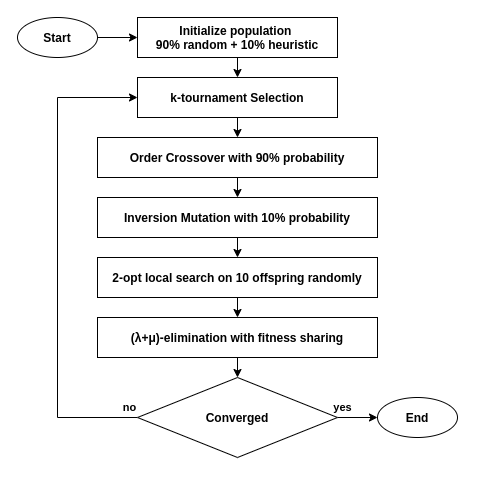
Earlier version of the draw.io export reports/images/genetic_algorthm_main_loop.png (gkouros/gaev-mai-kuleuven). Source tidied: cells renumbered, new cells last; positions are measured from the earlier drawing's top-left corner, leaving out a move shared by most shapes.
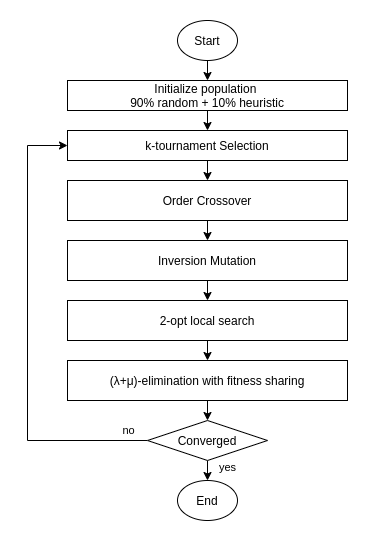
After the change.

Change to the diagram source:
```diff
@@ -2,64 +2,64 @@
   <root>
     <mxCell id="0" />
     <mxCell id="1" parent="0" />
-    <mxCell id="2" style="edgeStyle=orthogonalEdgeStyle;rounded=0;jettySize=auto;html=1;exitX=0.5;exitY=1;exitDx=0;exitDy=0;entryX=0.5;entryY=0;entryDx=0;entryDy=0;" parent="1" edge="1" source="3" target="5">
+    <mxCell id="2" style="edgeStyle=orthogonalEdgeStyle;rounded=0;jettySize=auto;html=1;exitX=0.5;exitY=1;exitDx=0;exitDy=0;entryX=0.5;entryY=0;entryDx=0;entryDy=0;fontStyle=0;" parent="1" edge="1" source="3" target="5">
       <mxGeometry relative="1" as="geometry" />
     </mxCell>
-    <mxCell id="3" value="Initialize population &lt;br&gt;90% random + 10% heuristic" style="rounded=0;whiteSpace=wrap;html=1;fontStyle=1;" parent="1" vertex="1">
-      <mxGeometry x="120" width="200" height="40" as="geometry" />
+    <mxCell id="3" value="Initialize population &lt;br style=&quot;font-size: 12px;&quot;&gt;90% random + 10% heuristic" style="rounded=0;whiteSpace=wrap;html=1;fontStyle=0;fontFamily=Helvetica;fontSize=12;labelBackgroundColor=none;" parent="1" vertex="1">
+      <mxGeometry x="80" width="280" height="30" as="geometry" />
     </mxCell>
-    <mxCell id="4" style="edgeStyle=orthogonalEdgeStyle;rounded=0;jettySize=auto;html=1;exitX=0.5;exitY=1;exitDx=0;exitDy=0;entryX=0.5;entryY=0;entryDx=0;entryDy=0;" parent="1" edge="1" source="5" target="7">
+    <mxCell id="4" style="edgeStyle=orthogonalEdgeStyle;rounded=0;jettySize=auto;html=1;exitX=0.5;exitY=1;exitDx=0;exitDy=0;entryX=0.5;entryY=0;entryDx=0;entryDy=0;fontStyle=0;" parent="1" edge="1" source="5" target="7">
       <mxGeometry relative="1" as="geometry" />
     </mxCell>
-    <mxCell id="5" value="k-tournament Selection" style="rounded=0;whiteSpace=wrap;html=1;fontStyle=1;" parent="1" vertex="1">
-      <mxGeometry x="120" y="60" width="200" height="40" as="geometry" />
+    <mxCell id="5" value="k-tournament Selection" style="rounded=0;whiteSpace=wrap;html=1;fontStyle=0;fontFamily=Helvetica;fontSize=12;labelBackgroundColor=none;" parent="1" vertex="1">
+      <mxGeometry x="80" y="50" width="280" height="30" as="geometry" />
     </mxCell>
-    <mxCell id="6" style="edgeStyle=orthogonalEdgeStyle;rounded=0;jettySize=auto;html=1;exitX=0.5;exitY=1;exitDx=0;exitDy=0;entryX=0.5;entryY=0;entryDx=0;entryDy=0;" parent="1" edge="1" source="7" target="9">
+    <mxCell id="6" style="edgeStyle=orthogonalEdgeStyle;rounded=0;jettySize=auto;html=1;exitX=0.5;exitY=1;exitDx=0;exitDy=0;entryX=0.5;entryY=0;entryDx=0;entryDy=0;fontStyle=0;" parent="1" edge="1" source="7" target="9">
       <mxGeometry relative="1" as="geometry" />
     </mxCell>
-    <mxCell id="7" value="Order Crossover with 90% probability" style="rounded=0;whiteSpace=wrap;html=1;fontStyle=1;" parent="1" vertex="1">
-      <mxGeometry x="80" y="120" width="280" height="40" as="geometry" />
+    <mxCell id="7" value="Order Crossover" style="rounded=0;whiteSpace=wrap;html=1;fontStyle=0;fontFamily=Helvetica;fontSize=12;labelBackgroundColor=none;" parent="1" vertex="1">
+      <mxGeometry x="80" y="100" width="280" height="40" as="geometry" />
     </mxCell>
-    <mxCell id="8" style="edgeStyle=orthogonalEdgeStyle;rounded=0;jettySize=auto;html=1;exitX=0.5;exitY=1;exitDx=0;exitDy=0;entryX=0.5;entryY=0;entryDx=0;entryDy=0;" parent="1" edge="1" source="9" target="11">
+    <mxCell id="8" style="edgeStyle=orthogonalEdgeStyle;rounded=0;jettySize=auto;html=1;exitX=0.5;exitY=1;exitDx=0;exitDy=0;entryX=0.5;entryY=0;entryDx=0;entryDy=0;fontStyle=0;" parent="1" edge="1" source="9" target="11">
       <mxGeometry relative="1" as="geometry" />
     </mxCell>
-    <mxCell id="9" value="Inversion Mutation with 10% probability" style="rounded=0;whiteSpace=wrap;html=1;fontStyle=1;" parent="1" vertex="1">
-      <mxGeometry x="80" y="180" width="280" height="40" as="geometry" />
+    <mxCell id="9" value="Inversion Mutation" style="rounded=0;whiteSpace=wrap;html=1;fontStyle=0;fontFamily=Helvetica;fontSize=12;labelBackgroundColor=none;" parent="1" vertex="1">
+      <mxGeometry x="80" y="160" width="280" height="40" as="geometry" />
     </mxCell>
-    <mxCell id="10" style="edgeStyle=orthogonalEdgeStyle;rounded=0;jettySize=auto;html=1;exitX=0.5;exitY=1;exitDx=0;exitDy=0;entryX=0.5;entryY=0;entryDx=0;entryDy=0;" parent="1" edge="1" source="11" target="13">
+    <mxCell id="10" style="edgeStyle=orthogonalEdgeStyle;rounded=0;jettySize=auto;html=1;exitX=0.5;exitY=1;exitDx=0;exitDy=0;entryX=0.5;entryY=0;entryDx=0;entryDy=0;fontStyle=0;" parent="1" edge="1" source="11" target="13">
       <mxGeometry relative="1" as="geometry" />
     </mxCell>
-    <mxCell id="11" value="2-opt local search on 10 offspring randomly" style="rounded=0;whiteSpace=wrap;html=1;fontStyle=1;" parent="1" vertex="1">
-      <mxGeometry x="80" y="240" width="280" height="40" as="geometry" />
+    <mxCell id="11" value="2-opt local search" style="rounded=0;whiteSpace=wrap;html=1;fontStyle=0;fontFamily=Helvetica;fontSize=12;labelBackgroundColor=none;" parent="1" vertex="1">
+      <mxGeometry x="80" y="220" width="280" height="40" as="geometry" />
     </mxCell>
-    <mxCell id="12" style="edgeStyle=orthogonalEdgeStyle;rounded=0;jettySize=auto;html=1;exitX=0.5;exitY=1;exitDx=0;exitDy=0;entryX=0.5;entryY=0;entryDx=0;entryDy=0;" parent="1" edge="1" source="13" target="18">
+    <mxCell id="12" style="edgeStyle=orthogonalEdgeStyle;rounded=0;jettySize=auto;html=1;exitX=0.5;exitY=1;exitDx=0;exitDy=0;entryX=0.5;entryY=0;entryDx=0;entryDy=0;fontStyle=0;" parent="1" edge="1" source="13" target="18">
       <mxGeometry relative="1" as="geometry" />
     </mxCell>
-    <mxCell id="13" value="(λ+μ)-elimination with fitness sharing" style="rounded=0;whiteSpace=wrap;html=1;fontStyle=1;" parent="1" vertex="1">
-      <mxGeometry x="80" y="300" width="280" height="40" as="geometry" />
+    <mxCell id="13" value="(λ+μ)-elimination with fitness sharing" style="rounded=0;whiteSpace=wrap;html=1;fontStyle=0;fontFamily=Helvetica;fontSize=12;labelBackgroundColor=none;" parent="1" vertex="1">
+      <mxGeometry x="80" y="280" width="280" height="40" as="geometry" />
     </mxCell>
-    <mxCell id="14" style="edgeStyle=orthogonalEdgeStyle;rounded=0;jettySize=auto;html=1;exitX=1;exitY=0.5;exitDx=0;exitDy=0;entryX=0;entryY=0.5;entryDx=0;entryDy=0;" parent="1" edge="1" source="15" target="3">
+    <mxCell id="14" style="edgeStyle=orthogonalEdgeStyle;rounded=0;jettySize=auto;html=1;exitX=0.5;exitY=1;exitDx=0;exitDy=0;entryX=0.5;entryY=0;entryDx=0;entryDy=0;fontStyle=0;" parent="1" edge="1" source="15" target="3">
       <mxGeometry relative="1" as="geometry" />
     </mxCell>
-    <mxCell id="15" value="Start" style="ellipse;whiteSpace=wrap;html=1;fontStyle=1;" parent="1" vertex="1">
-      <mxGeometry width="80" height="40" as="geometry" />
+    <mxCell id="15" value="Start" style="ellipse;whiteSpace=wrap;html=1;fontStyle=0;fontFamily=Helvetica;fontSize=12;labelBackgroundColor=none;" parent="1" vertex="1">
+      <mxGeometry x="190" y="-60" width="60" height="40" as="geometry" />
     </mxCell>
-    <mxCell id="16" value="no" style="edgeStyle=orthogonalEdgeStyle;rounded=0;jettySize=auto;html=1;exitX=0;exitY=0.5;exitDx=0;exitDy=0;entryX=0;entryY=0.5;entryDx=0;entryDy=0;fontStyle=1;" parent="1" edge="1" source="18" target="5">
-      <mxGeometry x="-0.97" y="-10" relative="1" as="geometry">
+    <mxCell id="16" value="no" style="edgeStyle=orthogonalEdgeStyle;rounded=0;jettySize=auto;html=1;exitX=0;exitY=0.5;exitDx=0;exitDy=0;entryX=0;entryY=0.5;entryDx=0;entryDy=0;fontStyle=0;" parent="1" edge="1" source="18" target="5">
+      <mxGeometry x="-0.92" y="-10" relative="1" as="geometry">
         <Array as="points">
-          <mxPoint x="40" y="400" />
-          <mxPoint x="40" y="80" />
+          <mxPoint x="40" y="360" />
+          <mxPoint x="40" y="65" />
         </Array>
       </mxGeometry>
     </mxCell>
-    <mxCell id="17" value="yes" style="edgeStyle=orthogonalEdgeStyle;rounded=0;jettySize=auto;html=1;exitX=1;exitY=0.5;exitDx=0;exitDy=0;entryX=0;entryY=0.5;entryDx=0;entryDy=0;fontStyle=1;" parent="1" edge="1" source="18" target="19">
-      <mxGeometry x="-0.75" y="10" relative="1" as="geometry" />
+    <mxCell id="17" value="yes" style="edgeStyle=orthogonalEdgeStyle;rounded=0;jettySize=auto;html=1;exitX=0.5;exitY=1;exitDx=0;exitDy=0;entryX=0.5;entryY=0;entryDx=0;entryDy=0;fontStyle=0;" parent="1" edge="1" source="18" target="19">
+      <mxGeometry x="-0.33" y="20" relative="1" as="geometry" />
     </mxCell>
-    <mxCell id="18" value="&lt;b&gt;Converged&lt;/b&gt;" style="rhombus;whiteSpace=wrap;html=1;" parent="1" vertex="1">
-      <mxGeometry x="120" y="360" width="200" height="80" as="geometry" />
+    <mxCell id="18" value="&lt;span style=&quot;font-size: 12px;&quot;&gt;Converged&lt;/span&gt;" style="rhombus;whiteSpace=wrap;html=1;fontStyle=0;fontFamily=Helvetica;fontSize=12;labelBackgroundColor=none;" parent="1" vertex="1">
+      <mxGeometry x="160" y="340" width="120" height="40" as="geometry" />
     </mxCell>
-    <mxCell id="19" value="End" style="ellipse;whiteSpace=wrap;html=1;fontStyle=1;" parent="1" vertex="1">
-      <mxGeometry x="360" y="380" width="80" height="40" as="geometry" />
+    <mxCell id="19" value="End" style="ellipse;whiteSpace=wrap;html=1;fontStyle=0;fontFamily=Helvetica;fontSize=12;labelBackgroundColor=none;" parent="1" vertex="1">
+      <mxGeometry x="190" y="400" width="60" height="40" as="geometry" />
     </mxCell>
   </root>
 </mxGraphModel>
```
